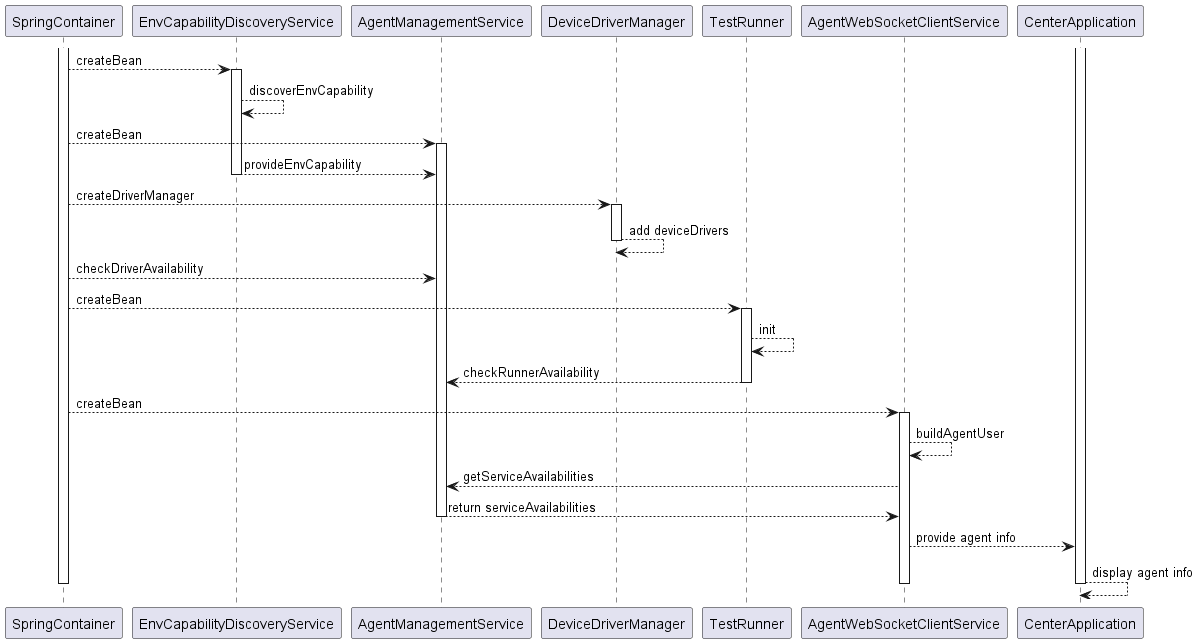
Above: docs/images/UML/agent_capability_design_sequence.png in microsoft/HydraLab (PlantUML), before the change.
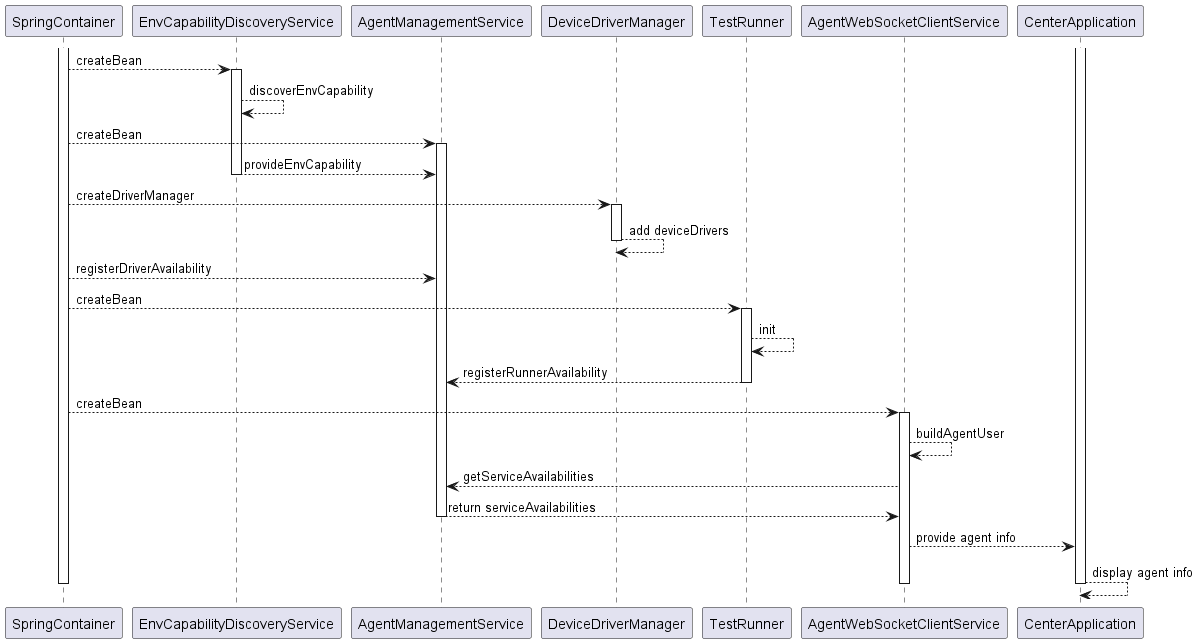
After the commit.

What changed in the source:
```diff
@@ -20,12 +20,12 @@
 activate DeviceDriverManager
 DeviceDriverManager --> DeviceDriverManager : add deviceDrivers
 deactivate DeviceDriverManager
-SpringContainer --> AgentManagementService : checkDriverAvailability
+SpringContainer --> AgentManagementService : registerDriverAvailability
 
 SpringContainer --> TestRunner : createBean
 activate TestRunner
 TestRunner --> TestRunner : init
-TestRunner --> AgentManagementService : checkRunnerAvailability
+TestRunner --> AgentManagementService : registerRunnerAvailability
 deactivate TestRunner
 SpringContainer --> AgentWebSocketClientService : createBean
 activate AgentWebSocketClientService
```
